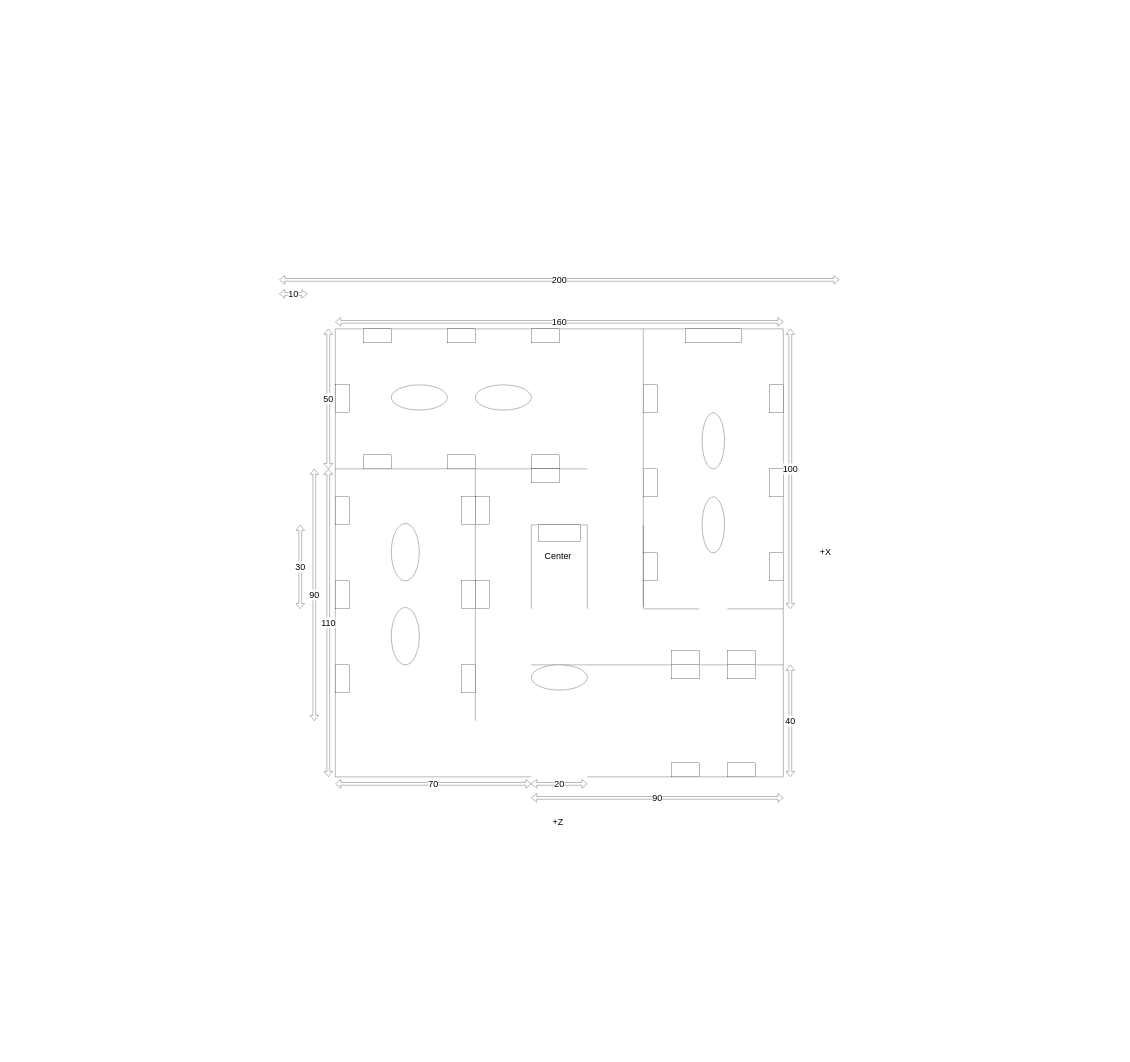
Above: hw3/FloorPlane.dio in Mu-Xiang/3w3d (draw.io), before the change. Source tidied: cells renumbered, new cells numbered last; positions are measured from the earlier drawing's top-left corner, leaving out a move shared by most shapes. Both pictures are drawn from the tidied source at 28%, with x=0, y=0 at pixel (279, 280).
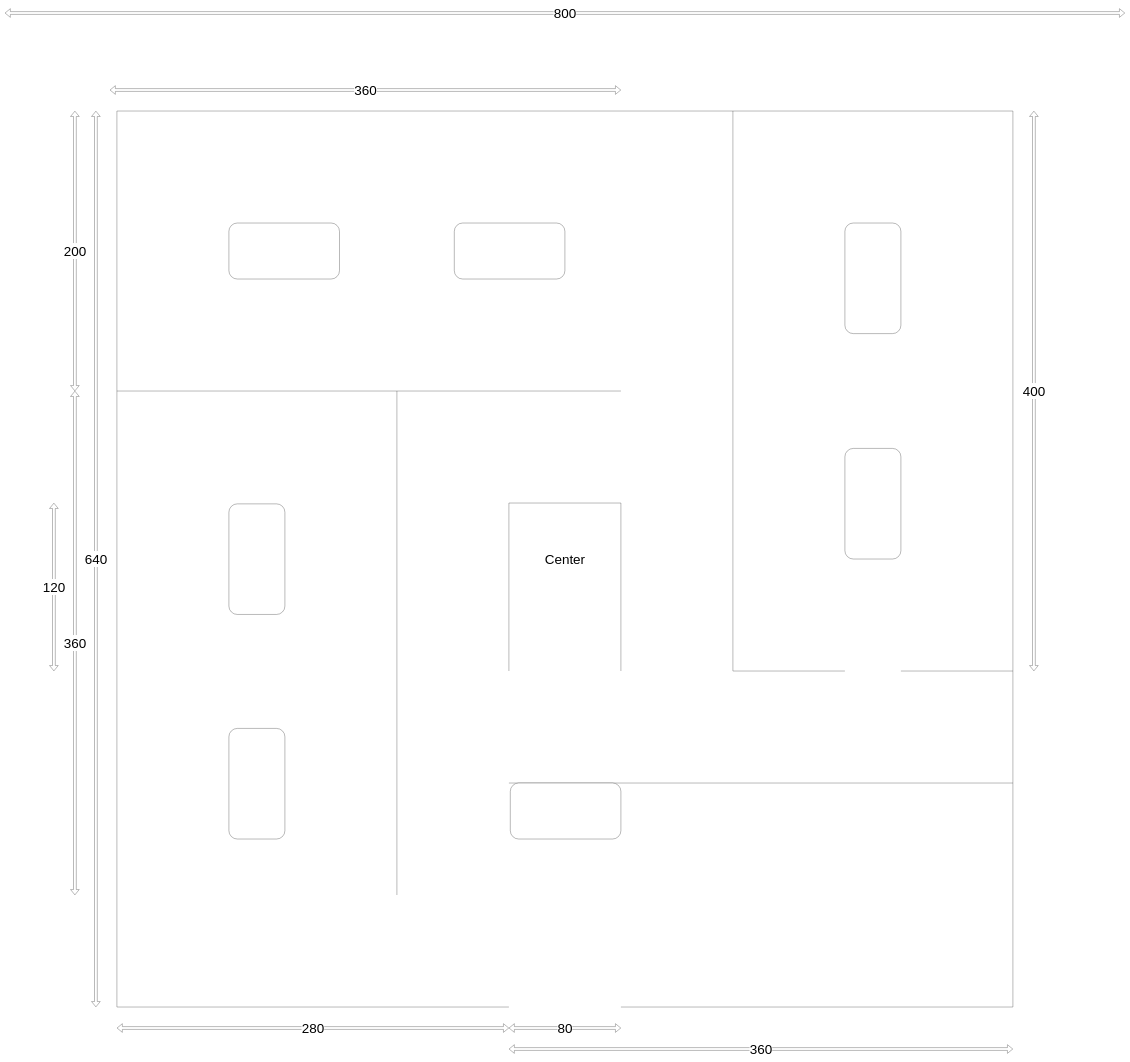
The same page after the edit.

What changed in the source:
```diff
@@
     <mxCell id="2" style="endArrow=none;html=1;endSize=6;fontStyle=0;" parent="1" edge="1">
       <mxGeometry relative="1" as="geometry">
-        <mxPoint x="200" y="1775" as="sourcePoint" />
-        <mxPoint x="200" y="175" as="targetPoint" />
+        <mxPoint x="-580" y="2597" as="sourcePoint" />
+        <mxPoint x="-580" y="-603" as="targetPoint" />
       </mxGeometry>
     </mxCell>
     <mxCell id="3" style="endArrow=none;html=1;endSize=6;" parent="1" edge="1">
       <mxGeometry relative="1" as="geometry">
-        <mxPoint x="200" y="175" as="sourcePoint" />
-        <mxPoint x="1800" y="175" as="targetPoint" />
+        <mxPoint x="-580" y="-603" as="sourcePoint" />
+        <mxPoint x="2620" y="-603" as="targetPoint" />
       </mxGeometry>
     </mxCell>
-    <mxCell id="4" style="endArrow=none;html=1;endSize=6;startArrow=none;exitX=0;exitY=0;exitDx=0;exitDy=0;" parent="1" edge="1" source="16">
-      <mxGeometry relative="1" as="geometry">
-        <mxPoint x="1800" y="175" as="targetPoint" />
-      </mxGeometry>
-    </mxCell>
-    <mxCell id="5" style="endArrow=none;html=1;endSize=6;" parent="1" edge="1">
-      <mxGeometry relative="1" as="geometry">
-        <mxPoint x="200" y="1775" as="sourcePoint" />
-        <mxPoint x="900" y="1775" as="targetPoint" />
-      </mxGeometry>
-    </mxCell>
-    <mxCell id="6" style="endArrow=none;html=1;endSize=6;" parent="1" edge="1">
-      <mxGeometry relative="1" as="geometry">
-        <mxPoint x="1100" y="1775" as="sourcePoint" />
-        <mxPoint x="1800" y="1775" as="targetPoint" />
-      </mxGeometry>
-    </mxCell>
     <mxCell id="7" style="endArrow=none;html=1;endSize=6;" parent="1" edge="1">
       <mxGeometry relative="1" as="geometry">
-        <mxPoint x="1800" y="1375" as="sourcePoint" />
-        <mxPoint x="900" y="1375" as="targetPoint" />
+        <mxPoint x="2620" y="1797" as="sourcePoint" />
+        <mxPoint x="820" y="1797" as="targetPoint" />
       </mxGeometry>
     </mxCell>
-    <mxCell id="8" style="endArrow=none;html=1;endSize=6;" parent="1" edge="1">
-      <mxGeometry relative="1" as="geometry">
-        <mxPoint x="1300" y="875" as="sourcePoint" />
-        <mxPoint x="1300" y="175" as="targetPoint" />
-        <Array as="points">
-          <mxPoint x="1300" y="1175" />
-          <mxPoint x="1300" y="875" />
-        </Array>
-      </mxGeometry>
-    </mxCell>
-    <mxCell id="9" style="rounded=0;whiteSpace=wrap;html=1;" parent="1" vertex="1">
-      <mxGeometry x="1450" y="175" width="200" height="50" as="geometry" />
-    </mxCell>
-    <mxCell id="10" style="rounded=0;whiteSpace=wrap;html=1;rotation=90;" parent="1" vertex="1">
-      <mxGeometry x="1275" y="400" width="100" height="50" as="geometry" />
-    </mxCell>
-    <mxCell id="11" style="rounded=0;whiteSpace=wrap;html=1;rotation=90;" parent="1" vertex="1">
-      <mxGeometry x="1275" y="700" width="100" height="50" as="geometry" />
-    </mxCell>
-    <mxCell id="12" style="rounded=0;whiteSpace=wrap;html=1;rotation=90;" parent="1" vertex="1">
-      <mxGeometry x="1275" y="1000" width="100" height="50" as="geometry" />
-    </mxCell>
-    <mxCell id="13" style="rounded=0;whiteSpace=wrap;html=1;rotation=90;" parent="1" vertex="1">
-      <mxGeometry x="1725" y="400" width="100" height="50" as="geometry" />
-    </mxCell>
-    <mxCell id="14" style="endArrow=none;html=1;endSize=6;" parent="1" edge="1">
-      <mxGeometry relative="1" as="geometry">
-        <mxPoint x="1500" y="1175" as="sourcePoint" />
-        <mxPoint x="1300" y="1175" as="targetPoint" />
-      </mxGeometry>
-    </mxCell>
-    <mxCell id="15" style="endArrow=none;html=1;endSize=6;" parent="1" edge="1">
-      <mxGeometry relative="1" as="geometry">
-        <mxPoint x="1600" y="1175" as="sourcePoint" />
-        <mxPoint x="1800" y="1175" as="targetPoint" />
-      </mxGeometry>
-    </mxCell>
-    <mxCell id="16" style="rounded=0;whiteSpace=wrap;html=1;rotation=90;" parent="1" vertex="1">
-      <mxGeometry x="1725" y="700" width="100" height="50" as="geometry" />
-    </mxCell>
-    <mxCell id="17" style="endArrow=none;html=1;endSize=6;startArrow=none;entryX=1;entryY=0;entryDx=0;entryDy=0;exitX=0;exitY=0;exitDx=0;exitDy=0;" parent="1" edge="1" source="18" target="16">
-      <mxGeometry relative="1" as="geometry" />
-    </mxCell>
-    <mxCell id="18" style="rounded=0;whiteSpace=wrap;html=1;rotation=90;" parent="1" vertex="1">
-      <mxGeometry x="1725" y="1000" width="100" height="50" as="geometry" />
-    </mxCell>
-    <mxCell id="19" style="endArrow=none;html=1;endSize=6;entryX=1;entryY=0;entryDx=0;entryDy=0;" parent="1" edge="1" target="18">
-      <mxGeometry relative="1" as="geometry">
-        <mxPoint x="1800" y="1775" as="sourcePoint" />
-      </mxGeometry>
-    </mxCell>
-    <mxCell id="20" style="ellipse;whiteSpace=wrap;html=1;direction=south;" parent="1" vertex="1">
-      <mxGeometry x="1510" y="475" width="80" height="200" as="geometry" />
-    </mxCell>
-    <mxCell id="21" style="ellipse;whiteSpace=wrap;html=1;direction=south;" parent="1" vertex="1">
-      <mxGeometry x="1510" y="775" width="80" height="200" as="geometry" />
-    </mxCell>
-    <mxCell id="22" style="rounded=0;whiteSpace=wrap;html=1;" parent="1" vertex="1">
-      <mxGeometry x="1400" y="1375" width="100" height="50" as="geometry" />
-    </mxCell>
-    <mxCell id="23" style="rounded=0;whiteSpace=wrap;html=1;" parent="1" vertex="1">
-      <mxGeometry x="1600" y="1375" width="100" height="50" as="geometry" />
-    </mxCell>
-    <mxCell id="24" style="rounded=0;whiteSpace=wrap;html=1;" parent="1" vertex="1">
-      <mxGeometry x="1400" y="1725" width="100" height="50" as="geometry" />
-    </mxCell>
-    <mxCell id="25" style="rounded=0;whiteSpace=wrap;html=1;" parent="1" vertex="1">
-      <mxGeometry x="1600" y="1725" width="100" height="50" as="geometry" />
-    </mxCell>
     <mxCell id="26" style="endArrow=none;html=1;endSize=6;" parent="1" edge="1">
       <mxGeometry relative="1" as="geometry">
-        <mxPoint x="200" y="675" as="sourcePoint" />
-        <mxPoint x="1100" y="675" as="targetPoint" />
+        <mxPoint x="-580" y="397" as="sourcePoint" />
+        <mxPoint x="1220" y="397" as="targetPoint" />
       </mxGeometry>
     </mxCell>
     <mxCell id="27" style="endArrow=none;html=1;endSize=6;" parent="1" edge="1">
       <mxGeometry relative="1" as="geometry">
-        <mxPoint x="700" y="1575" as="sourcePoint" />
-        <mxPoint x="700" y="675" as="targetPoint" />
+        <mxPoint x="420" y="2197" as="sourcePoint" />
+        <mxPoint x="420" y="397" as="targetPoint" />
       </mxGeometry>
     </mxCell>
-    <mxCell id="28" style="rounded=0;whiteSpace=wrap;html=1;" parent="1" vertex="1">
-      <mxGeometry x="300" y="175" width="100" height="50" as="geometry" />
-    </mxCell>
-    <mxCell id="29" style="rounded=0;whiteSpace=wrap;html=1;" parent="1" vertex="1">
-      <mxGeometry x="600" y="175" width="100" height="50" as="geometry" />
-    </mxCell>
-    <mxCell id="30" style="rounded=0;whiteSpace=wrap;html=1;" parent="1" vertex="1">
-      <mxGeometry x="900" y="175" width="100" height="50" as="geometry" />
-    </mxCell>
-    <mxCell id="31" style="rounded=0;whiteSpace=wrap;html=1;" parent="1" vertex="1">
-      <mxGeometry x="300" y="625" width="100" height="50" as="geometry" />
-    </mxCell>
-    <mxCell id="32" style="rounded=0;whiteSpace=wrap;html=1;" parent="1" vertex="1">
-      <mxGeometry x="600" y="625" width="100" height="50" as="geometry" />
-    </mxCell>
-    <mxCell id="33" style="rounded=0;whiteSpace=wrap;html=1;" parent="1" vertex="1">
-      <mxGeometry x="900" y="625" width="100" height="50" as="geometry" />
-    </mxCell>
-    <mxCell id="34" style="rounded=0;whiteSpace=wrap;html=1;rotation=90;" parent="1" vertex="1">
-      <mxGeometry x="175" y="400" width="100" height="50" as="geometry" />
-    </mxCell>
-    <mxCell id="35" style="rounded=0;whiteSpace=wrap;html=1;rotation=90;" parent="1" vertex="1">
-      <mxGeometry x="175" y="800" width="100" height="50" as="geometry" />
-    </mxCell>
-    <mxCell id="36" style="rounded=0;whiteSpace=wrap;html=1;rotation=90;" parent="1" vertex="1">
-      <mxGeometry x="175" y="1100" width="100" height="50" as="geometry" />
-    </mxCell>
-    <mxCell id="37" style="rounded=0;whiteSpace=wrap;html=1;rotation=90;" parent="1" vertex="1">
-      <mxGeometry x="175" y="1400" width="100" height="50" as="geometry" />
-    </mxCell>
-    <mxCell id="38" style="rounded=0;whiteSpace=wrap;html=1;rotation=90;" parent="1" vertex="1">
-      <mxGeometry x="625" y="1400" width="100" height="50" as="geometry" />
-    </mxCell>
-    <mxCell id="39" style="rounded=0;whiteSpace=wrap;html=1;rotation=90;" parent="1" vertex="1">
-      <mxGeometry x="625" y="1100" width="100" height="50" as="geometry" />
-    </mxCell>
-    <mxCell id="40" style="rounded=0;whiteSpace=wrap;html=1;rotation=90;" parent="1" vertex="1">
-      <mxGeometry x="625" y="800" width="100" height="50" as="geometry" />
-    </mxCell>
-    <mxCell id="41" style="ellipse;whiteSpace=wrap;html=1;" parent="1" vertex="1">
-      <mxGeometry x="400" y="870" width="100" height="205" as="geometry" />
-    </mxCell>
-    <mxCell id="42" style="ellipse;whiteSpace=wrap;html=1;" parent="1" vertex="1">
-      <mxGeometry x="400" y="1170" width="100" height="205" as="geometry" />
-    </mxCell>
-    <mxCell id="43" style="ellipse;whiteSpace=wrap;html=1;" parent="1" vertex="1">
-      <mxGeometry x="900" y="1375" width="200" height="90" as="geometry" />
-    </mxCell>
     <mxCell id="44" style="endArrow=none;html=1;endSize=6;" parent="1" edge="1">
       <mxGeometry relative="1" as="geometry">
-        <mxPoint x="900" y="1175" as="sourcePoint" />
-        <mxPoint x="900" y="875" as="targetPoint" />
+        <mxPoint x="820" y="1397" as="sourcePoint" />
+        <mxPoint x="820" y="797" as="targetPoint" />
       </mxGeometry>
     </mxCell>
-    <mxCell id="45" style="endArrow=none;html=1;endSize=6;" parent="1" edge="1">
-      <mxGeometry relative="1" as="geometry">
-        <mxPoint x="900" y="875" as="sourcePoint" />
-        <mxPoint x="1100" y="875" as="targetPoint" />
-      </mxGeometry>
-    </mxCell>
     <mxCell id="46" style="endArrow=none;html=1;endSize=6;" parent="1" edge="1">
       <mxGeometry relative="1" as="geometry">
-        <mxPoint x="1100" y="1175" as="sourcePoint" />
-        <mxPoint x="1100" y="875" as="targetPoint" />
+        <mxPoint x="1220" y="1397" as="sourcePoint" />
+        <mxPoint x="1220" y="797" as="targetPoint" />
       </mxGeometry>
     </mxCell>
-    <mxCell id="47" style="rounded=0;whiteSpace=wrap;html=1;" parent="1" vertex="1">
-      <mxGeometry x="925" y="875" width="150" height="60" as="geometry" />
-    </mxCell>
-    <mxCell id="48" style="rounded=0;whiteSpace=wrap;html=1;rotation=90;" parent="1" vertex="1">
-      <mxGeometry x="675" y="800" width="100" height="50" as="geometry" />
-    </mxCell>
-    <mxCell id="49" style="rounded=0;whiteSpace=wrap;html=1;rotation=90;" parent="1" vertex="1">
-      <mxGeometry x="675" y="1100" width="100" height="50" as="geometry" />
-    </mxCell>
-    <mxCell id="50" style="rounded=0;whiteSpace=wrap;html=1;rotation=-180;" parent="1" vertex="1">
-      <mxGeometry x="900" y="675" width="100" height="50" as="geometry" />
-    </mxCell>
-    <mxCell id="51" style="rounded=0;whiteSpace=wrap;html=1;rotation=90;direction=south;" parent="1" vertex="1">
-      <mxGeometry x="1425" y="1300" width="50" height="100" as="geometry" />
-    </mxCell>
-    <mxCell id="52" style="rounded=0;whiteSpace=wrap;html=1;rotation=90;direction=south;" parent="1" vertex="1">
-      <mxGeometry x="1625" y="1300" width="50" height="100" as="geometry" />
-    </mxCell>
-    <mxCell id="53" style="ellipse;whiteSpace=wrap;html=1;" parent="1" vertex="1">
-      <mxGeometry x="400" y="375" width="200" height="90" as="geometry" />
-    </mxCell>
-    <mxCell id="54" style="ellipse;whiteSpace=wrap;html=1;" parent="1" vertex="1">
-      <mxGeometry x="700" y="375" width="200" height="90" as="geometry" />
-    </mxCell>
-    <mxCell id="55" value="200" style="shape=flexArrow;endArrow=classic;startArrow=classic;html=1;fontSize=32;" parent="1" edge="1">
+    <mxCell id="55" value="800" style="shape=flexArrow;endArrow=classic;startArrow=classic;html=1;fontSize=48;" parent="1" edge="1">
       <mxGeometry relative="1" as="geometry">
-        <mxPoint as="sourcePoint" />
-        <mxPoint x="2000" as="targetPoint" />
+        <mxPoint x="-980" y="-953" as="sourcePoint" />
+        <mxPoint x="3020" y="-953" as="targetPoint" />
       </mxGeometry>
     </mxCell>
-    <mxCell id="56" value="10" style="shape=flexArrow;endArrow=classic;startArrow=classic;html=1;fontSize=32;" parent="1" edge="1">
-      <mxGeometry relative="1" as="geometry">
-        <mxPoint y="50" as="sourcePoint" />
-        <mxPoint x="100" y="50" as="targetPoint" />
-      </mxGeometry>
-    </mxCell>
-    <mxCell id="57" value="160" style="shape=flexArrow;endArrow=classic;startArrow=classic;html=1;fontSize=32;" parent="1" edge="1">
-      <mxGeometry relative="1" as="geometry">
-        <mxPoint x="200" y="150" as="sourcePoint" />
-        <mxPoint x="1800" y="150" as="targetPoint" />
-      </mxGeometry>
-    </mxCell>
-    <mxCell id="58" value="70" style="shape=flexArrow;endArrow=classic;startArrow=classic;html=1;fontSize=32;" parent="1" edge="1">
-      <mxGeometry relative="1" as="geometry">
-        <mxPoint x="200" y="1800" as="sourcePoint" />
-        <mxPoint x="900" y="1800" as="targetPoint" />
-      </mxGeometry>
-    </mxCell>
-    <mxCell id="59" value="20" style="shape=flexArrow;endArrow=classic;startArrow=classic;html=1;fontSize=32;" parent="1" edge="1">
-      <mxGeometry relative="1" as="geometry">
-        <mxPoint x="900" y="1800" as="sourcePoint" />
-        <mxPoint x="1100" y="1800" as="targetPoint" />
-      </mxGeometry>
-    </mxCell>
-    <mxCell id="60" value="50" style="shape=flexArrow;endArrow=classic;startArrow=classic;html=1;fontSize=32;" parent="1" edge="1">
-      <mxGeometry relative="1" as="geometry">
-        <mxPoint x="175" y="675" as="sourcePoint" />
-        <mxPoint x="175" y="175" as="targetPoint" />
-      </mxGeometry>
-    </mxCell>
-    <mxCell id="61" value="110" style="shape=flexArrow;endArrow=classic;startArrow=classic;html=1;fontSize=32;" parent="1" edge="1">
-      <mxGeometry relative="1" as="geometry">
-        <mxPoint x="175" y="1775" as="sourcePoint" />
-        <mxPoint x="175" y="675" as="targetPoint" />
-      </mxGeometry>
-    </mxCell>
-    <mxCell id="62" value="90" style="shape=flexArrow;endArrow=classic;startArrow=classic;html=1;fontSize=32;" parent="1" edge="1">
-      <mxGeometry relative="1" as="geometry">
-        <mxPoint x="125" y="1575" as="sourcePoint" />
-        <mxPoint x="125" y="675" as="targetPoint" />
-      </mxGeometry>
-    </mxCell>
-    <mxCell id="63" value="30" style="shape=flexArrow;endArrow=classic;startArrow=classic;html=1;fontSize=32;" parent="1" edge="1">
-      <mxGeometry relative="1" as="geometry">
-        <mxPoint x="75" y="1175" as="sourcePoint" />
-        <mxPoint x="75" y="875" as="targetPoint" />
-      </mxGeometry>
-    </mxCell>
-    <mxCell id="64" value="90" style="shape=flexArrow;endArrow=classic;startArrow=classic;html=1;fontSize=32;" parent="1" edge="1">
-      <mxGeometry relative="1" as="geometry">
-        <mxPoint x="900" y="1850" as="sourcePoint" />
-        <mxPoint x="1800" y="1850" as="targetPoint" />
-      </mxGeometry>
-    </mxCell>
-    <mxCell id="65" value="40" style="shape=flexArrow;endArrow=classic;startArrow=classic;html=1;fontSize=32;" parent="1" edge="1">
-      <mxGeometry relative="1" as="geometry">
-        <mxPoint x="1825" y="1775" as="sourcePoint" />
-        <mxPoint x="1825" y="1375" as="targetPoint" />
-      </mxGeometry>
-    </mxCell>
-    <mxCell id="66" value="100" style="shape=flexArrow;endArrow=classic;startArrow=classic;html=1;fontSize=32;" parent="1" edge="1">
-      <mxGeometry relative="1" as="geometry">
-        <mxPoint x="1825" y="1175" as="sourcePoint" />
-        <mxPoint x="1825" y="175" as="targetPoint" />
-      </mxGeometry>
-    </mxCell>
-    <mxCell id="67" value="Center" style="text;html=1;align=center;verticalAlign=middle;strokeColor=none;fillColor=none;fontSize=32;" parent="1" vertex="1">
-      <mxGeometry x="945" y="960" width="100" height="50" as="geometry" />
+    <mxCell id="67" value="Center" style="text;html=1;align=center;verticalAlign=middle;strokeColor=none;fillColor=none;fontSize=48;" parent="1" vertex="1">
+      <mxGeometry x="945" y="960" width="150" height="75" as="geometry" />
     </mxCell>
-    <mxCell id="68" value="+X" style="text;html=1;align=center;verticalAlign=middle;strokeColor=none;fillColor=none;fontSize=32;" parent="1" vertex="1">
-      <mxGeometry x="1925" y="947.5" width="50" height="50" as="geometry" />
-    </mxCell>
-    <mxCell id="69" value="+Z" style="text;html=1;align=center;verticalAlign=middle;strokeColor=none;fillColor=none;fontSize=32;" parent="1" vertex="1">
-      <mxGeometry x="970" y="1910" width="50" height="50" as="geometry" />
+    <mxCell id="69" style="endArrow=none;html=1;endSize=6;fontStyle=0;" parent="1" edge="1">
+      <mxGeometry relative="1" as="geometry">
+        <mxPoint x="2620" y="2597" as="sourcePoint" />
+        <mxPoint x="2620" y="-603" as="targetPoint" />
+      </mxGeometry>
     </mxCell>
+    <mxCell id="70" style="endArrow=none;html=1;" parent="1" edge="1">
+      <mxGeometry relative="1" as="geometry">
+        <mxPoint x="-580" y="2597" as="sourcePoint" />
+        <mxPoint x="820" y="2597" as="targetPoint" />
+      </mxGeometry>
+    </mxCell>
+    <mxCell id="71" style="endArrow=none;html=1;" parent="1" edge="1">
+      <mxGeometry relative="1" as="geometry">
+        <mxPoint x="1220" y="2597" as="sourcePoint" />
+        <mxPoint x="2620" y="2597" as="targetPoint" />
+      </mxGeometry>
+    </mxCell>
+    <mxCell id="72" style="endArrow=none;html=1;" parent="1" edge="1">
+      <mxGeometry relative="1" as="geometry">
+        <mxPoint x="820" y="797" as="sourcePoint" />
+        <mxPoint x="1220" y="797" as="targetPoint" />
+      </mxGeometry>
+    </mxCell>
+    <mxCell id="73" style="endArrow=none;html=1;" parent="1" edge="1">
+      <mxGeometry relative="1" as="geometry">
+        <mxPoint x="1620" y="1397" as="sourcePoint" />
+        <mxPoint x="1620" y="-603" as="targetPoint" />
+      </mxGeometry>
+    </mxCell>
+    <mxCell id="74" style="endArrow=none;html=1;" parent="1" edge="1">
+      <mxGeometry relative="1" as="geometry">
+        <mxPoint x="2020" y="1397" as="sourcePoint" />
+        <mxPoint x="1620" y="1397" as="targetPoint" />
+      </mxGeometry>
+    </mxCell>
+    <mxCell id="75" style="endArrow=none;html=1;" parent="1" edge="1">
+      <mxGeometry relative="1" as="geometry">
+        <mxPoint x="2620" y="1397" as="sourcePoint" />
+        <mxPoint x="2220" y="1397" as="targetPoint" />
+      </mxGeometry>
+    </mxCell>
+    <mxCell id="76" value="640" style="shape=flexArrow;endArrow=classic;startArrow=classic;html=1;fontSize=48;" parent="1" edge="1">
+      <mxGeometry relative="1" as="geometry">
+        <mxPoint x="-655" y="2597" as="sourcePoint" />
+        <mxPoint x="-655" y="-603" as="targetPoint" />
+      </mxGeometry>
+    </mxCell>
+    <mxCell id="77" value="360" style="shape=flexArrow;endArrow=classic;startArrow=classic;html=1;fontSize=48;" parent="1" edge="1">
+      <mxGeometry relative="1" as="geometry">
+        <mxPoint x="-730" y="2197" as="sourcePoint" />
+        <mxPoint x="-730" y="397" as="targetPoint" />
+      </mxGeometry>
+    </mxCell>
+    <mxCell id="78" value="200" style="shape=flexArrow;endArrow=classic;startArrow=classic;html=1;fontSize=48;" parent="1" edge="1">
+      <mxGeometry relative="1" as="geometry">
+        <mxPoint x="-730" y="397" as="sourcePoint" />
+        <mxPoint x="-730" y="-603" as="targetPoint" />
+      </mxGeometry>
+    </mxCell>
+    <mxCell id="79" value="360" style="shape=flexArrow;endArrow=classic;startArrow=classic;html=1;fontSize=48;" parent="1" edge="1">
+      <mxGeometry relative="1" as="geometry">
+        <mxPoint x="-605" y="-678" as="sourcePoint" />
+        <mxPoint x="1220" y="-678" as="targetPoint" />
+      </mxGeometry>
+    </mxCell>
+    <mxCell id="80" value="280" style="shape=flexArrow;endArrow=classic;startArrow=classic;html=1;fontSize=48;" parent="1" edge="1">
+      <mxGeometry relative="1" as="geometry">
+        <mxPoint x="-580" y="2672" as="sourcePoint" />
+        <mxPoint x="820" y="2672" as="targetPoint" />
+      </mxGeometry>
+    </mxCell>
+    <mxCell id="81" value="120" style="shape=flexArrow;endArrow=classic;startArrow=classic;html=1;fontSize=48;" parent="1" edge="1">
+      <mxGeometry relative="1" as="geometry">
+        <mxPoint x="-805" y="1397" as="sourcePoint" />
+        <mxPoint x="-805" y="797" as="targetPoint" />
+      </mxGeometry>
+    </mxCell>
+    <mxCell id="82" value="360" style="shape=flexArrow;endArrow=classic;startArrow=classic;html=1;fontSize=48;" parent="1" edge="1">
+      <mxGeometry relative="1" as="geometry">
+        <mxPoint x="820" y="2747" as="sourcePoint" />
+        <mxPoint x="2620" y="2747" as="targetPoint" />
+      </mxGeometry>
+    </mxCell>
+    <mxCell id="83" value="80" style="shape=flexArrow;endArrow=classic;startArrow=classic;html=1;fontSize=48;" parent="1" edge="1">
+      <mxGeometry relative="1" as="geometry">
+        <mxPoint x="820" y="2672" as="sourcePoint" />
+        <mxPoint x="1220" y="2672" as="targetPoint" />
+      </mxGeometry>
+    </mxCell>
+    <mxCell id="84" value="400" style="shape=flexArrow;endArrow=classic;startArrow=classic;html=1;fontSize=48;" parent="1" edge="1">
+      <mxGeometry relative="1" as="geometry">
+        <mxPoint x="2695" y="1397" as="sourcePoint" />
+        <mxPoint x="2695" y="-603" as="targetPoint" />
+      </mxGeometry>
+    </mxCell>
+    <mxCell id="85" style="rounded=1;whiteSpace=wrap;html=1;" parent="1" vertex="1">
+      <mxGeometry x="825" y="1797" width="395" height="200" as="geometry" />
+    </mxCell>
+    <mxCell id="86" style="rounded=1;whiteSpace=wrap;html=1;direction=south;" parent="1" vertex="1">
+      <mxGeometry x="-180" y="1602" width="200" height="395" as="geometry" />
+    </mxCell>
+    <mxCell id="87" style="rounded=1;whiteSpace=wrap;html=1;direction=south;" parent="1" vertex="1">
+      <mxGeometry x="-180" y="800" width="200" height="395" as="geometry" />
+    </mxCell>
+    <mxCell id="88" style="rounded=1;whiteSpace=wrap;html=1;direction=south;" parent="1" vertex="1">
+      <mxGeometry x="2020" y="602" width="200" height="395" as="geometry" />
+    </mxCell>
+    <mxCell id="89" style="rounded=1;whiteSpace=wrap;html=1;direction=south;" parent="1" vertex="1">
+      <mxGeometry x="2020" y="-203" width="200" height="395" as="geometry" />
+    </mxCell>
+    <mxCell id="90" style="rounded=1;whiteSpace=wrap;html=1;" parent="1" vertex="1">
+      <mxGeometry x="-180" y="-203" width="395" height="200" as="geometry" />
+    </mxCell>
+    <mxCell id="91" style="rounded=1;whiteSpace=wrap;html=1;" parent="1" vertex="1">
+      <mxGeometry x="625" y="-203" width="395" height="200" as="geometry" />
+    </mxCell>
```
